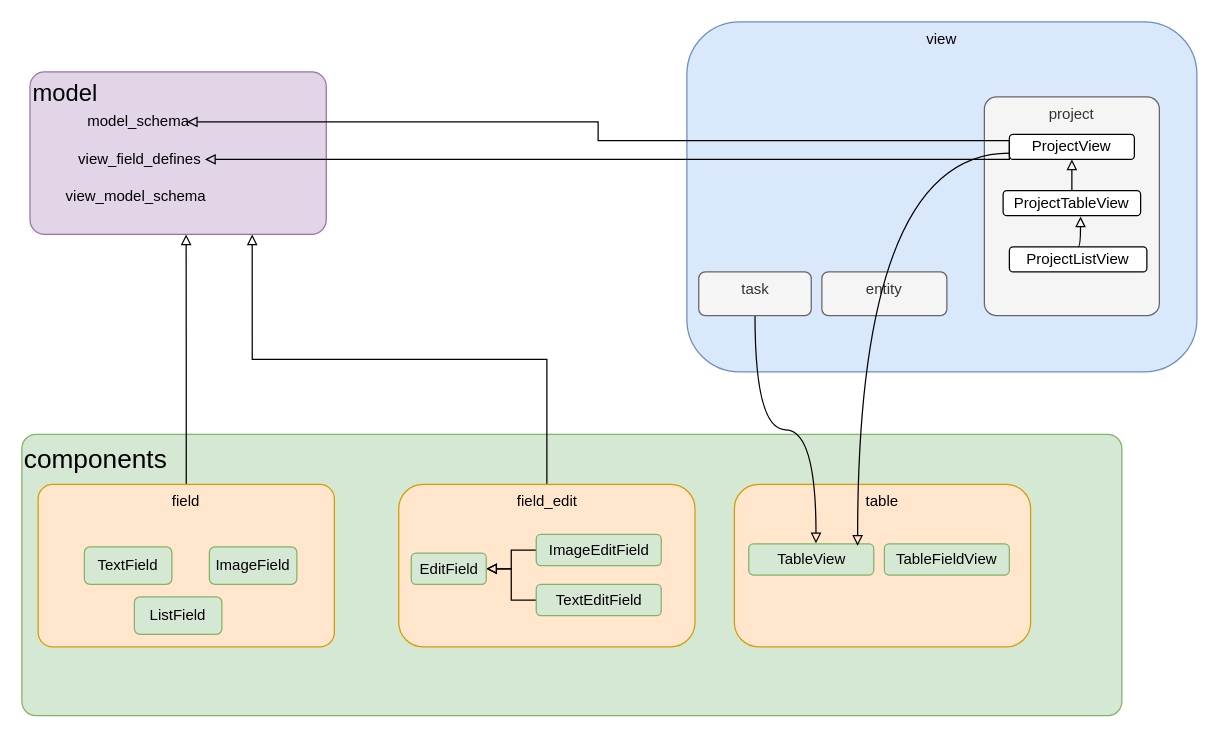
Before: page "virtualx" (7 of 8) of assets/drawio/vue.drawio in atanx/atanx.github.io, a draw.io diagram. Source tidied: cells renumbered, new cells numbered last; positions are measured from the earlier drawing's top-left corner, leaving out a move shared by most shapes. Both pictures are drawn from the tidied source at 125%, with x=0, y=0 at pixel (21, 21).
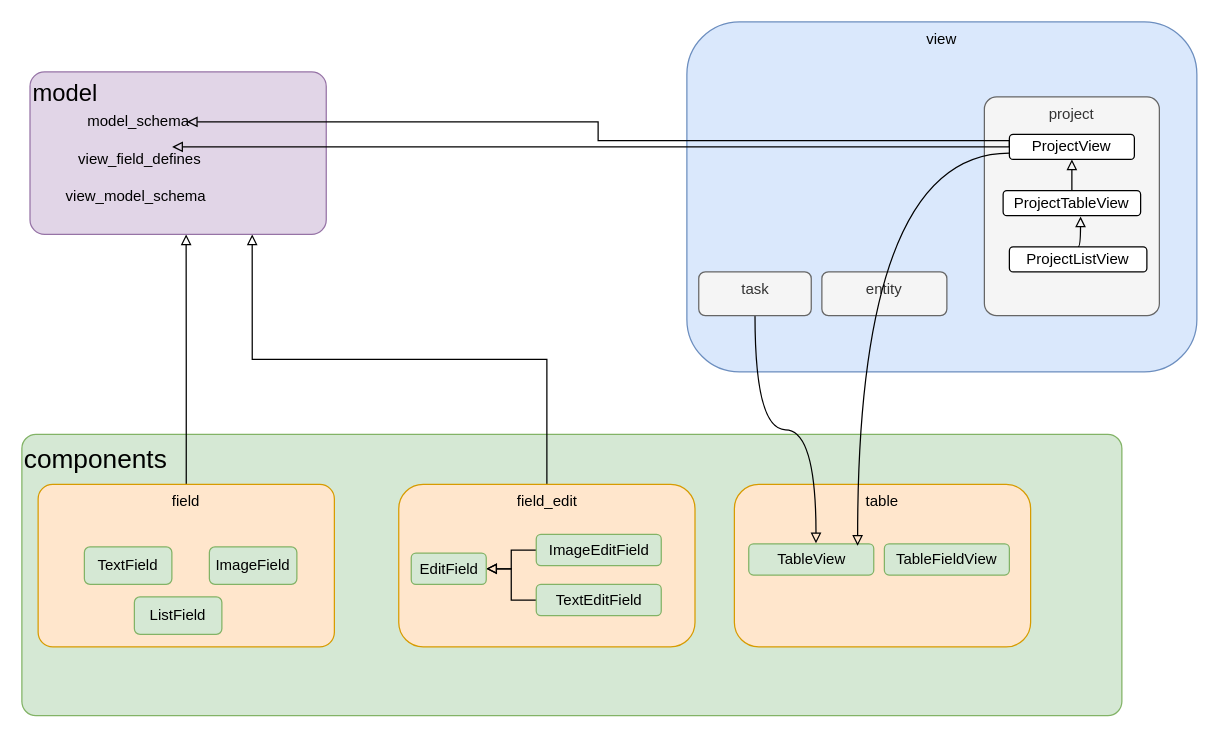
Above is the later version.

Unchanged cells that the change refers to:
```xml
<mxCell id="17" value="view_field_defines" style="text;html=1;strokeColor=none;fillColor=none;align=center;verticalAlign=middle;whiteSpace=wrap;rounded=0;" parent="1" vertex="1">
  <mxGeometry x="41.5" y="100" width="105" height="20" as="geometry" />
</mxCell>
<mxCell id="30" value="ProjectView" style="rounded=1;whiteSpace=wrap;html=1;fontSize=12;align=center;" parent="1" vertex="1">
  <mxGeometry x="790" y="90" width="100" height="20" as="geometry" />
</mxCell>
```

Change to the diagram source:
```diff
@@
-    <mxCell id="29" style="edgeStyle=orthogonalEdgeStyle;rounded=0;jettySize=auto;html=1;exitX=0;exitY=0.25;exitDx=0;exitDy=0;entryX=1;entryY=0.5;entryDx=0;entryDy=0;endArrow=block;endFill=0;fontSize=12;" parent="1" edge="1" source="30" target="17">
+    <mxCell id="29" style="edgeStyle=orthogonalEdgeStyle;rounded=0;jettySize=auto;html=1;exitX=0;exitY=0.25;exitDx=0;exitDy=0;entryX=0.75;entryY=0;entryDx=0;entryDy=0;endArrow=block;endFill=0;fontSize=12;" parent="1" edge="1" source="30" target="17">
       <mxGeometry relative="1" as="geometry">
         <Array as="points">
-          <mxPoint x="790" y="110" />
+          <mxPoint x="790" y="100" />
         </Array>
       </mxGeometry>
     </mxCell>
```
